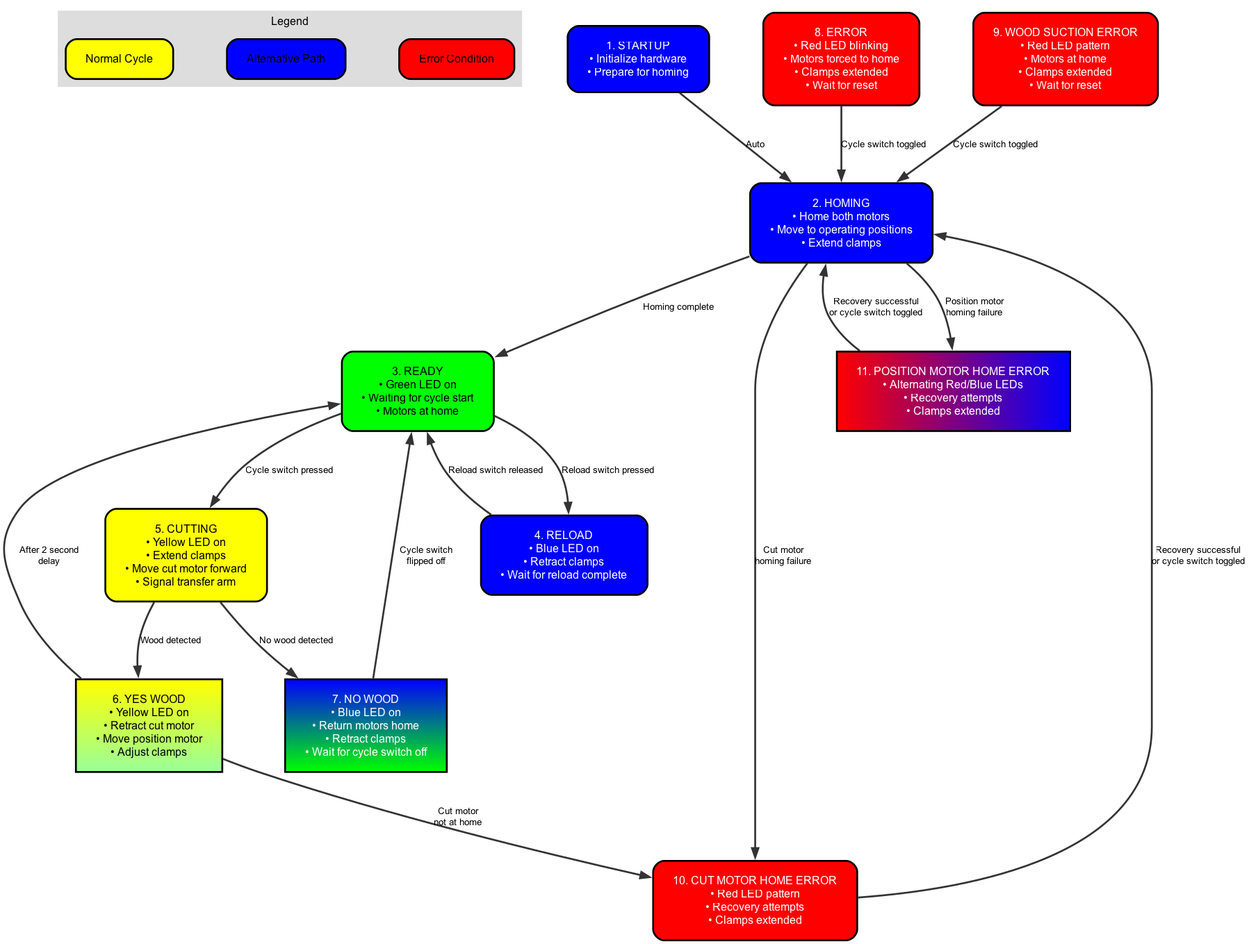
Above: flowcharts/cutting_machine_flowchart.png in akivaweil/Stage-1-Mar25 (Graphviz), before the change. Its source is kept beside it as flowcharts/cutting_machine_flowchart.dot.
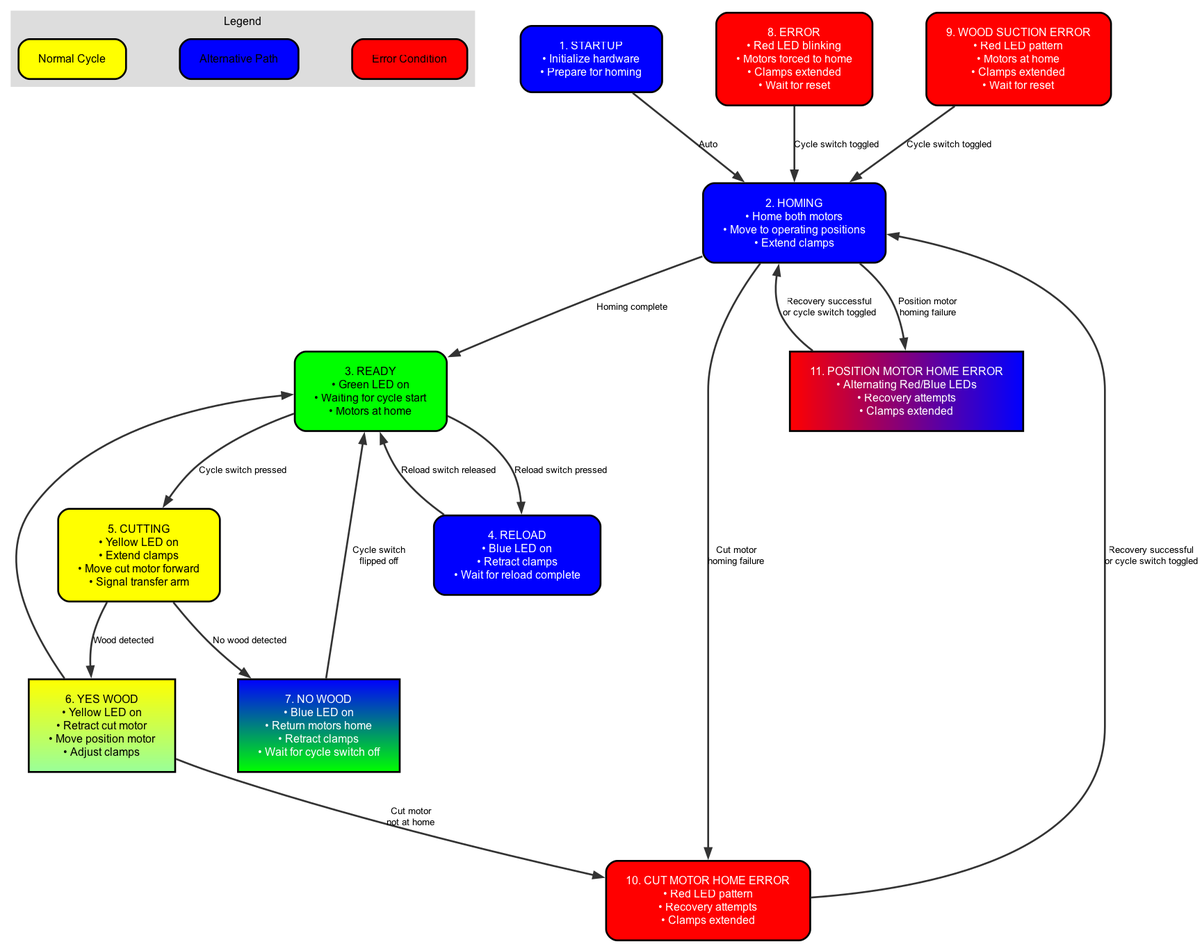
After the commit.

Commit message:
Made YES WOOD to READY transition instantaneous with no delay and removed arrow label

What changed in the source:
```diff
@@ -37,8 +37,7 @@
 • Recovery attempts
 • Clamps extended", style="filled", fillcolor="#FF0000:#0000FF", fontcolor="white", gradientangle=0]; START -> HOMING [label="Auto"]; HOMING -> READY [label="Homing complete"]; HOMING -> CUT_MOTOR_HOME_ERROR [label="Cut motor
 homing failure"]; HOMING -> POSITION_MOTOR_HOME_ERROR [label="Position motor
-homing failure"]; READY -> CUTTING [label="Cycle switch pressed"]; READY -> RELOAD [label="Reload switch pressed"]; RELOAD -> READY [label="Reload switch released"]; CUTTING -> YESWOOD [label="Wood detected"]; CUTTING -> NOWOOD [label="No wood detected"]; YESWOOD -> READY [label="After 2 second\ndelay"]; YESWOOD -> CUT_MOTOR_HOME_ERROR [label="Cut motor
-not at home"]; NOWOOD -> READY [label="Cycle switch
+homing failure"]; READY -> CUTTING [label="Cycle switch pressed"]; READY -> RELOAD [label="Reload switch pressed"]; RELOAD -> READY [label="Reload switch released"]; CUTTING -> YESWOOD [label="Wood detected"]; CUTTING -> NOWOOD [label="No wood detected"]; YESWOOD -> READY; YESWOOD -> CUT_MOTOR_HOME_ERROR [label="Cut motor\nnot at home"]; NOWOOD -> READY [label="Cycle switch
 flipped off"]; WOOD_SUCTION_ERROR -> HOMING [label="Cycle switch toggled"]; CUT_MOTOR_HOME_ERROR -> HOMING [label="Recovery successful
 or cycle switch toggled"]; POSITION_MOTOR_HOME_ERROR -> HOMING [label="Recovery successful
 or cycle switch toggled"]; ERROR -> HOMING [label="Cycle switch toggled"]; }
```
